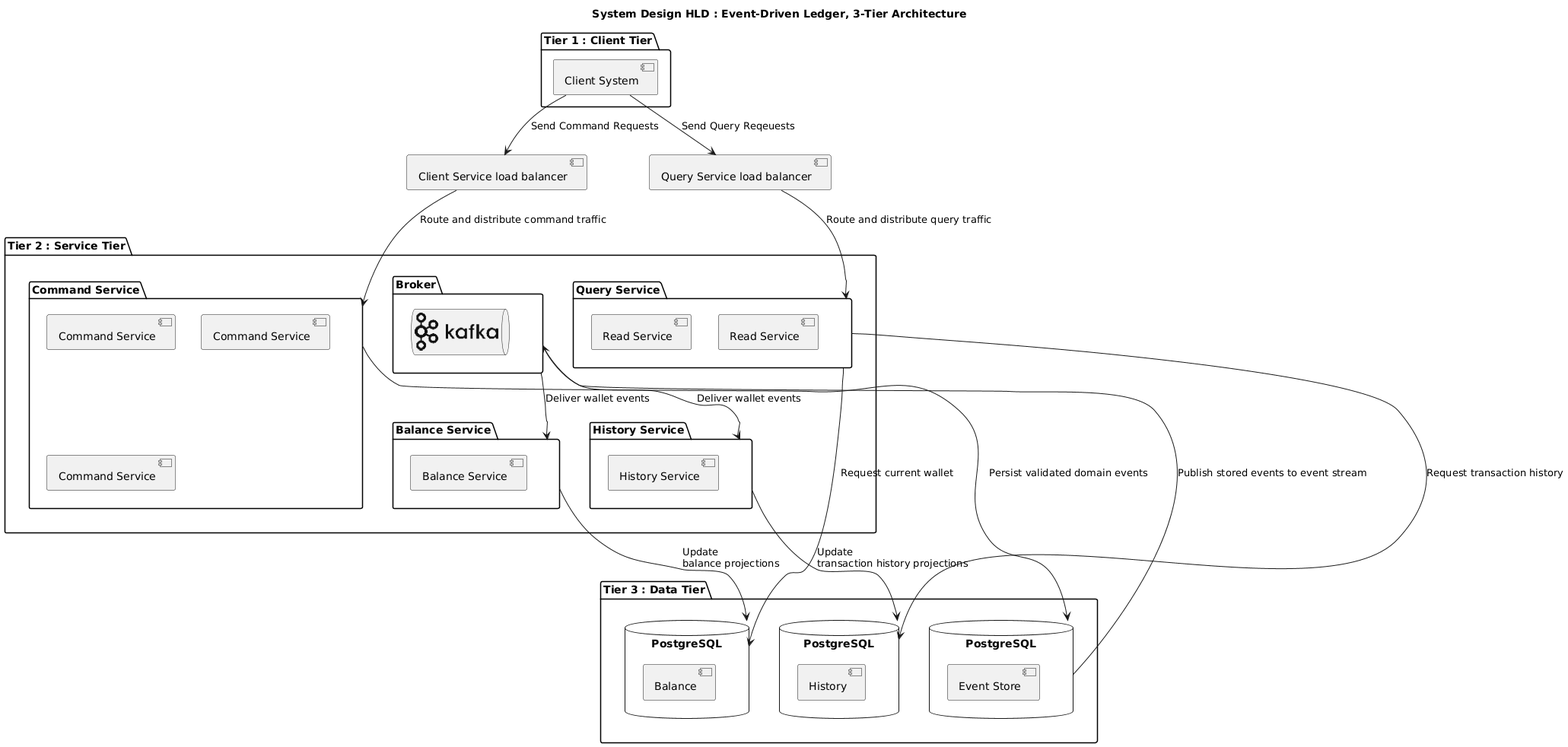
Before: software-docs/architecture and hld/component/Component Diagram.png, a diagram exported from PlantUML (raj-mistry-01/Event-Driven-Ledger). Its diagram source:
```plantuml
@startuml
!include <logos/kafka>

title System Design HLD : Event-Driven Ledger, 3-Tier Architecture

package "Tier 1 : Client Tier" {
    [Client System] as Comp1
}

[Client Service load balancer] as lb1
[Query Service load balancer] as lb2

package "Tier 2 : Service Tier" {
    package "Command Service" as cmdpkg {
        [Command Service] as cmds1
        [Command Service] as cmds2
        [Command Service] as cmds3
    }

    package "Broker" as bkr {
        queue "<$kafka>" as kafka
    }

    package "Balance Service"  as bspkg{
        [Balance Service] as bs
    }

    package "History Service"  as htspkg{
        [History Service] as hts
    }

    package "Query Service" as qs{
        [Read Service] as rs1
        [Read Service] as rs2
    }


}


package "Tier 3 : Data Tier" {
    database "PostgreSQL" as db1 {
        [Event Store] as es
    }
    database "PostgreSQL" as db2 {
        [Balance]
    }
    database "PostgreSQL" as db3 {
        [History]
    }
}

Comp1 --> lb1 : Send Command Requests
Comp1 --> lb2 : Send Query Reqeuests

lb1 --> cmdpkg : Route and distribute command traffic
lb2 --> qs     : Route and distribute query traffic

cmdpkg --> db1 : Persist validated domain events

db1 --> bkr : Publish stored events to event stream

bkr --> bspkg : Deliver wallet events
bkr --> htspkg : Deliver wallet events


bspkg --> db2 : Update\lbalance projections
htspkg --> db3 : Update\ltransaction history projections


qs --> db2 : Request current wallet
qs --> db3 : Request transaction history
@enduml
```
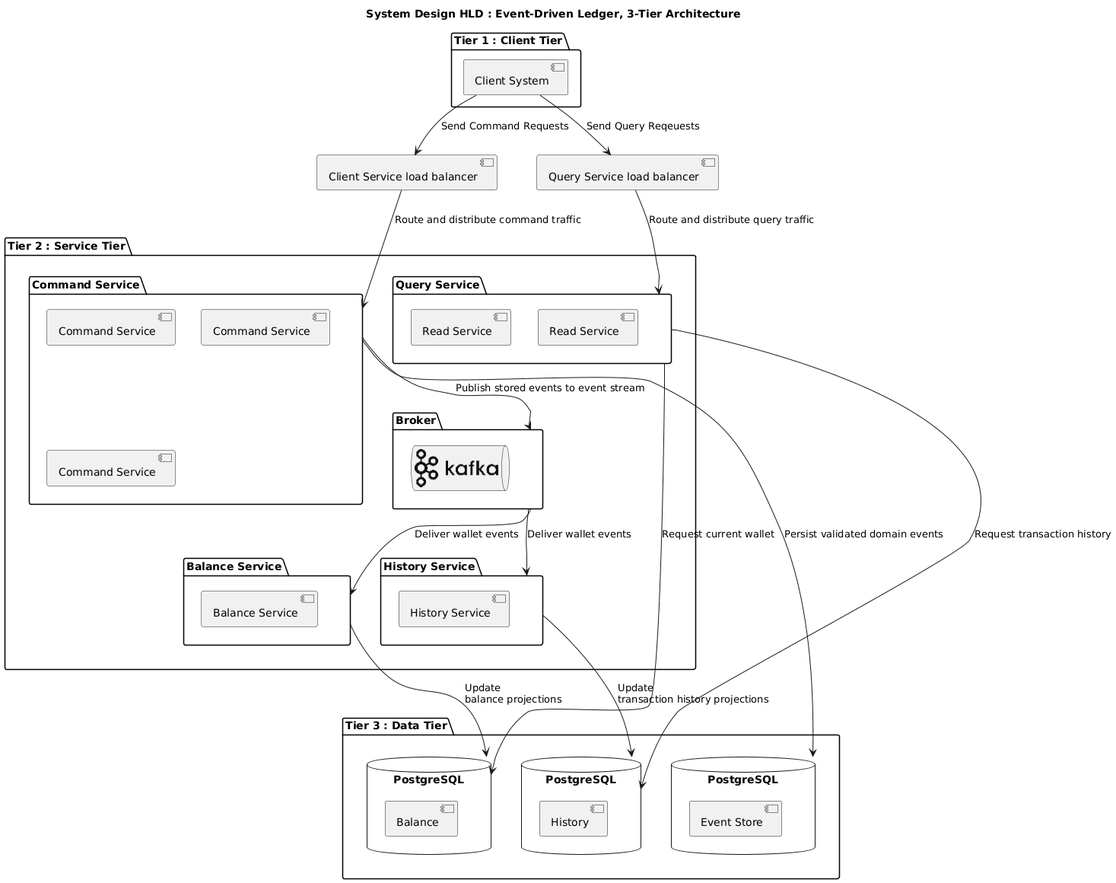
After the commit.

Commit message:
Refactor HLD sequence diagram to enhance clarity and structure with tiered architecture representation

Diff of the diagram source:
```diff
@@ -58,7 +58,7 @@
 
 cmdpkg --> db1 : Persist validated domain events
 
-db1 --> bkr : Publish stored events to event stream
+cmdpkg --> bkr : Publish stored events to event stream
 
 bkr --> bspkg : Deliver wallet events
 bkr --> htspkg : Deliver wallet events
```
